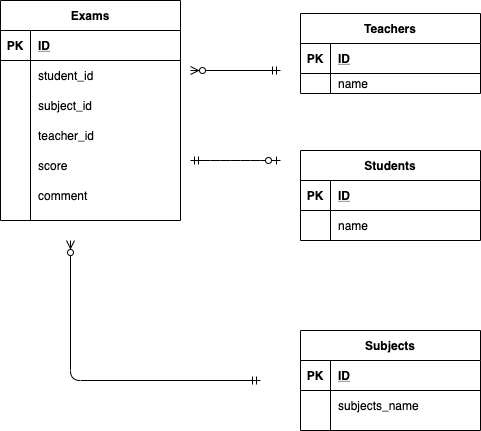
Above: index.drawio.png in nakamura-jin/diagram (draw.io), before the change. Source tidied: cells renumbered, new cells last; positions are measured from the earlier drawing's top-left corner, leaving out a move shared by most shapes.
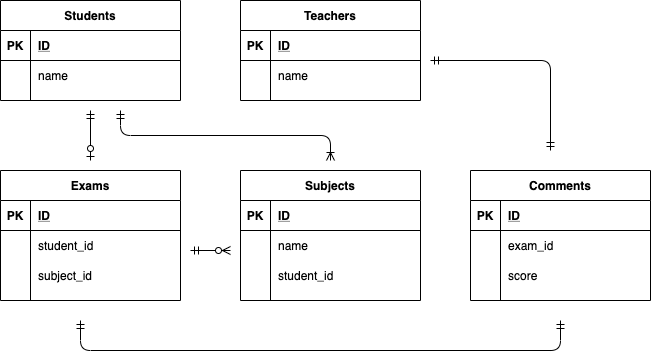
Later version of the same file.

Diff of the diagram source:
```diff
@@ -2,146 +2,173 @@
   <root>
     <mxCell id="0" />
     <mxCell id="1" parent="0" />
-    <mxCell id="2" value="Students" style="shape=table;startSize=30;rowLines=0;fontStyle=1;align=center;" parent="1" vertex="1">
-      <mxGeometry x="300" y="150" width="180" height="90" as="geometry" />
-    </mxCell>
-    <mxCell id="3" style="shape=partialRectangle;fillColor=none;top=0;left=0;bottom=1;right=0;" parent="2" vertex="1">
-      <mxGeometry y="30" width="180" height="30" as="geometry" />
-    </mxCell>
-    <mxCell id="4" value="PK" style="shape=partialRectangle;fillColor=none;top=0;left=0;bottom=0;right=0;fontStyle=1;overflow=hidden;" parent="3" vertex="1">
-      <mxGeometry width="30" height="30" as="geometry" />
-    </mxCell>
-    <mxCell id="5" value="ID" style="shape=partialRectangle;fillColor=none;top=0;left=0;bottom=0;right=0;align=left;spacingLeft=6;fontStyle=5;overflow=hidden;" parent="3" vertex="1">
-      <mxGeometry x="30" width="150" height="30" as="geometry" />
-    </mxCell>
-    <mxCell id="6" style="shape=partialRectangle;fillColor=none;top=0;left=0;bottom=0;right=0;" parent="2" vertex="1">
-      <mxGeometry y="60" width="180" height="30" as="geometry" />
-    </mxCell>
-    <mxCell id="7" style="shape=partialRectangle;fillColor=none;top=0;left=0;bottom=0;right=0;overflow=hidden;" parent="6" vertex="1">
-      <mxGeometry width="30" height="30" as="geometry" />
-    </mxCell>
-    <mxCell id="8" value="name" style="shape=partialRectangle;fillColor=none;top=0;left=0;bottom=0;right=0;align=left;spacingLeft=6;overflow=hidden;" parent="6" vertex="1">
-      <mxGeometry x="30" width="150" height="30" as="geometry" />
-    </mxCell>
+    <mxCell id="44" value="Students" style="shape=table;startSize=30;rowLines=0;fontStyle=1;align=center;" parent="1" vertex="1">
+      <mxGeometry x="-20" y="20" width="180" height="100" as="geometry" />
+    </mxCell>
+    <mxCell id="45" style="shape=partialRectangle;fillColor=none;top=0;left=0;bottom=1;right=0;" parent="44" vertex="1">
+      <mxGeometry y="30" width="180" height="30" as="geometry" />
+    </mxCell>
+    <mxCell id="46" value="PK" style="shape=partialRectangle;fillColor=none;top=0;left=0;bottom=0;right=0;fontStyle=1;overflow=hidden;" parent="45" vertex="1">
+      <mxGeometry width="30" height="30" as="geometry" />
+    </mxCell>
+    <mxCell id="47" value="ID" style="shape=partialRectangle;fillColor=none;top=0;left=0;bottom=0;right=0;align=left;spacingLeft=6;fontStyle=5;overflow=hidden;" parent="45" vertex="1">
+      <mxGeometry x="30" width="150" height="30" as="geometry" />
+    </mxCell>
+    <mxCell id="48" style="shape=partialRectangle;fillColor=none;top=0;left=0;bottom=0;right=0;" parent="44" vertex="1">
+      <mxGeometry y="60" width="180" height="30" as="geometry" />
+    </mxCell>
+    <mxCell id="49" style="shape=partialRectangle;fillColor=none;top=0;left=0;bottom=0;right=0;overflow=hidden;" parent="48" vertex="1">
+      <mxGeometry width="30" height="30" as="geometry" />
+    </mxCell>
+    <mxCell id="50" value="name" style="shape=partialRectangle;fillColor=none;top=0;left=0;bottom=0;right=0;align=left;spacingLeft=6;overflow=hidden;" parent="48" vertex="1">
+      <mxGeometry x="30" width="150" height="30" as="geometry" />
+    </mxCell>
     <mxCell id="9" value="Teachers" style="shape=table;startSize=30;rowLines=0;fontStyle=1;align=center;" parent="1" vertex="1">
-      <mxGeometry x="300" y="13" width="180" height="80" as="geometry" />
+      <mxGeometry x="220" y="20" width="180" height="100" as="geometry" />
     </mxCell>
-    <mxCell id="10" style="shape=partialRectangle;fillColor=none;top=0;left=0;bottom=1;right=0;" parent="9" vertex="1">
-      <mxGeometry y="30" width="180" height="30" as="geometry" />
-    </mxCell>
-    <mxCell id="11" value="PK" style="shape=partialRectangle;fillColor=none;top=0;left=0;bottom=0;right=0;fontStyle=1;overflow=hidden;" parent="10" vertex="1">
-      <mxGeometry width="30" height="30" as="geometry" />
-    </mxCell>
-    <mxCell id="12" value="ID" style="shape=partialRectangle;fillColor=none;top=0;left=0;bottom=0;right=0;align=left;spacingLeft=6;fontStyle=5;overflow=hidden;" parent="10" vertex="1">
-      <mxGeometry x="30" width="150" height="30" as="geometry" />
-    </mxCell>
-    <mxCell id="13" style="shape=partialRectangle;fillColor=none;top=0;left=0;bottom=0;right=0;" parent="9" vertex="1">
-      <mxGeometry y="60" width="180" height="20" as="geometry" />
-    </mxCell>
-    <mxCell id="14" style="shape=partialRectangle;fillColor=none;top=0;left=0;bottom=0;right=0;overflow=hidden;" parent="13" vertex="1">
-      <mxGeometry width="30" height="20" as="geometry" />
-    </mxCell>
-    <mxCell id="15" value="name" style="shape=partialRectangle;fillColor=none;top=0;left=0;bottom=0;right=0;align=left;spacingLeft=6;overflow=hidden;" parent="13" vertex="1">
-      <mxGeometry x="30" width="150" height="20" as="geometry" />
-    </mxCell>
+    <mxCell id="51" style="shape=partialRectangle;fillColor=none;top=0;left=0;bottom=1;right=0;" parent="9" vertex="1">
+      <mxGeometry y="30" width="180" height="30" as="geometry" />
+    </mxCell>
+    <mxCell id="52" value="PK" style="shape=partialRectangle;fillColor=none;top=0;left=0;bottom=0;right=0;fontStyle=1;overflow=hidden;" parent="51" vertex="1">
+      <mxGeometry width="30" height="30" as="geometry" />
+    </mxCell>
+    <mxCell id="53" value="ID" style="shape=partialRectangle;fillColor=none;top=0;left=0;bottom=0;right=0;align=left;spacingLeft=6;fontStyle=5;overflow=hidden;" parent="51" vertex="1">
+      <mxGeometry x="30" width="150" height="30" as="geometry" />
+    </mxCell>
+    <mxCell id="54" style="shape=partialRectangle;fillColor=none;top=0;left=0;bottom=0;right=0;" parent="9" vertex="1">
+      <mxGeometry y="60" width="180" height="30" as="geometry" />
+    </mxCell>
+    <mxCell id="55" style="shape=partialRectangle;fillColor=none;top=0;left=0;bottom=0;right=0;overflow=hidden;" parent="54" vertex="1">
+      <mxGeometry width="30" height="30" as="geometry" />
+    </mxCell>
+    <mxCell id="56" value="name" style="shape=partialRectangle;fillColor=none;top=0;left=0;bottom=0;right=0;align=left;spacingLeft=6;overflow=hidden;" parent="54" vertex="1">
+      <mxGeometry x="30" width="150" height="30" as="geometry" />
+    </mxCell>
+    <mxCell id="23" value="Exams" style="shape=table;startSize=30;rowLines=0;fontStyle=1;align=center;" parent="1" vertex="1">
+      <mxGeometry x="-20" y="190" width="180" height="130" as="geometry" />
+    </mxCell>
+    <mxCell id="57" style="shape=partialRectangle;fillColor=none;top=0;left=0;bottom=1;right=0;" parent="23" vertex="1">
+      <mxGeometry y="30" width="180" height="30" as="geometry" />
+    </mxCell>
+    <mxCell id="58" value="PK" style="shape=partialRectangle;fillColor=none;top=0;left=0;bottom=0;right=0;fontStyle=1;overflow=hidden;" parent="57" vertex="1">
+      <mxGeometry width="30" height="30" as="geometry" />
+    </mxCell>
+    <mxCell id="59" value="ID" style="shape=partialRectangle;fillColor=none;top=0;left=0;bottom=0;right=0;align=left;spacingLeft=6;fontStyle=5;overflow=hidden;" parent="57" vertex="1">
+      <mxGeometry x="30" width="150" height="30" as="geometry" />
+    </mxCell>
+    <mxCell id="60" style="shape=partialRectangle;fillColor=none;top=0;left=0;bottom=0;right=0;" parent="23" vertex="1">
+      <mxGeometry y="60" width="180" height="30" as="geometry" />
+    </mxCell>
+    <mxCell id="61" style="shape=partialRectangle;fillColor=none;top=0;left=0;bottom=0;right=0;overflow=hidden;" parent="60" vertex="1">
+      <mxGeometry width="30" height="30" as="geometry" />
+    </mxCell>
+    <mxCell id="62" value="student_id" style="shape=partialRectangle;fillColor=none;top=0;left=0;bottom=0;right=0;align=left;spacingLeft=6;overflow=hidden;" parent="60" vertex="1">
+      <mxGeometry x="30" width="150" height="30" as="geometry" />
+    </mxCell>
+    <mxCell id="63" style="shape=partialRectangle;fillColor=none;top=0;left=0;bottom=0;right=0;" parent="23" vertex="1">
+      <mxGeometry y="90" width="180" height="30" as="geometry" />
+    </mxCell>
+    <mxCell id="64" style="shape=partialRectangle;fillColor=none;top=0;left=0;bottom=0;right=0;overflow=hidden;" parent="63" vertex="1">
+      <mxGeometry width="30" height="30" as="geometry" />
+    </mxCell>
+    <mxCell id="32" value="subject_id" style="shape=partialRectangle;fillColor=none;top=0;left=0;bottom=0;right=0;align=left;spacingLeft=6;overflow=hidden;" parent="63" vertex="1">
+      <mxGeometry x="30" width="150" height="30" as="geometry" />
+    </mxCell>
     <mxCell id="16" value="Subjects" style="shape=table;startSize=30;rowLines=0;fontStyle=1;align=center;" parent="1" vertex="1">
-      <mxGeometry x="300" y="330" width="180" height="100" as="geometry" />
+      <mxGeometry x="220" y="190" width="180" height="130" as="geometry" />
     </mxCell>
-    <mxCell id="17" style="shape=partialRectangle;fillColor=none;top=0;left=0;bottom=1;right=0;" parent="16" vertex="1">
-      <mxGeometry y="30" width="180" height="30" as="geometry" />
-    </mxCell>
-    <mxCell id="18" value="PK" style="shape=partialRectangle;fillColor=none;top=0;left=0;bottom=0;right=0;fontStyle=1;overflow=hidden;" parent="17" vertex="1">
-      <mxGeometry width="30" height="30" as="geometry" />
-    </mxCell>
-    <mxCell id="19" value="ID" style="shape=partialRectangle;fillColor=none;top=0;left=0;bottom=0;right=0;align=left;spacingLeft=6;fontStyle=5;overflow=hidden;" parent="17" vertex="1">
-      <mxGeometry x="30" width="150" height="30" as="geometry" />
-    </mxCell>
-    <mxCell id="20" style="shape=partialRectangle;fillColor=none;top=0;left=0;bottom=0;right=0;" parent="16" vertex="1">
-      <mxGeometry y="60" width="180" height="30" as="geometry" />
-    </mxCell>
-    <mxCell id="21" style="shape=partialRectangle;fillColor=none;top=0;left=0;bottom=0;right=0;overflow=hidden;" parent="20" vertex="1">
-      <mxGeometry width="30" height="30" as="geometry" />
-    </mxCell>
-    <mxCell id="22" value="subjects_name" style="shape=partialRectangle;fillColor=none;top=0;left=0;bottom=0;right=0;align=left;spacingLeft=6;overflow=hidden;" parent="20" vertex="1">
-      <mxGeometry x="30" width="150" height="30" as="geometry" />
-    </mxCell>
-    <mxCell id="23" value="Exams" style="shape=table;startSize=30;rowLines=0;fontStyle=1;align=center;" parent="1" vertex="1">
-      <mxGeometry width="180" height="220" as="geometry" />
-    </mxCell>
-    <mxCell id="24" style="shape=partialRectangle;fillColor=none;top=0;left=0;bottom=1;right=0;" parent="23" vertex="1">
-      <mxGeometry y="30" width="180" height="30" as="geometry" />
-    </mxCell>
-    <mxCell id="25" value="PK" style="shape=partialRectangle;fillColor=none;top=0;left=0;bottom=0;right=0;fontStyle=1;overflow=hidden;" parent="24" vertex="1">
-      <mxGeometry width="30" height="30" as="geometry" />
-    </mxCell>
-    <mxCell id="26" value="ID" style="shape=partialRectangle;fillColor=none;top=0;left=0;bottom=0;right=0;align=left;spacingLeft=6;fontStyle=5;overflow=hidden;" parent="24" vertex="1">
-      <mxGeometry x="30" width="150" height="30" as="geometry" />
-    </mxCell>
-    <mxCell id="27" style="shape=partialRectangle;fillColor=none;top=0;left=0;bottom=0;right=0;" parent="23" vertex="1">
-      <mxGeometry y="60" width="180" height="30" as="geometry" />
-    </mxCell>
-    <mxCell id="28" style="shape=partialRectangle;fillColor=none;top=0;left=0;bottom=0;right=0;overflow=hidden;" parent="27" vertex="1">
-      <mxGeometry width="30" height="30" as="geometry" />
-    </mxCell>
-    <mxCell id="29" value="student_id" style="shape=partialRectangle;fillColor=none;top=0;left=0;bottom=0;right=0;align=left;spacingLeft=6;overflow=hidden;" parent="27" vertex="1">
-      <mxGeometry x="30" width="150" height="30" as="geometry" />
-    </mxCell>
-    <mxCell id="30" style="shape=partialRectangle;fillColor=none;top=0;left=0;bottom=0;right=0;" parent="23" vertex="1">
-      <mxGeometry y="90" width="180" height="30" as="geometry" />
-    </mxCell>
-    <mxCell id="31" style="shape=partialRectangle;fillColor=none;top=0;left=0;bottom=0;right=0;overflow=hidden;" parent="30" vertex="1">
-      <mxGeometry width="30" height="30" as="geometry" />
-    </mxCell>
-    <mxCell id="32" value="subject_id" style="shape=partialRectangle;fillColor=none;top=0;left=0;bottom=0;right=0;align=left;spacingLeft=6;overflow=hidden;" parent="30" vertex="1">
-      <mxGeometry x="30" width="150" height="30" as="geometry" />
-    </mxCell>
-    <mxCell id="33" style="shape=partialRectangle;fillColor=none;top=0;left=0;bottom=0;right=0;" parent="23" vertex="1">
-      <mxGeometry y="120" width="180" height="30" as="geometry" />
-    </mxCell>
-    <mxCell id="34" style="shape=partialRectangle;fillColor=none;top=0;left=0;bottom=0;right=0;overflow=hidden;" parent="33" vertex="1">
-      <mxGeometry width="30" height="30" as="geometry" />
-    </mxCell>
-    <mxCell id="35" value="teacher_id" style="shape=partialRectangle;fillColor=none;top=0;left=0;bottom=0;right=0;align=left;spacingLeft=6;overflow=hidden;" parent="33" vertex="1">
-      <mxGeometry x="30" width="150" height="30" as="geometry" />
-    </mxCell>
-    <mxCell id="36" style="shape=partialRectangle;fillColor=none;top=0;left=0;bottom=0;right=0;" parent="23" vertex="1">
-      <mxGeometry y="150" width="180" height="30" as="geometry" />
-    </mxCell>
-    <mxCell id="37" style="shape=partialRectangle;fillColor=none;top=0;left=0;bottom=0;right=0;overflow=hidden;" parent="36" vertex="1">
-      <mxGeometry width="30" height="30" as="geometry" />
-    </mxCell>
+    <mxCell id="65" style="shape=partialRectangle;fillColor=none;top=0;left=0;bottom=1;right=0;" parent="16" vertex="1">
+      <mxGeometry y="30" width="180" height="30" as="geometry" />
+    </mxCell>
+    <mxCell id="66" value="PK" style="shape=partialRectangle;fillColor=none;top=0;left=0;bottom=0;right=0;fontStyle=1;overflow=hidden;" parent="65" vertex="1">
+      <mxGeometry width="30" height="30" as="geometry" />
+    </mxCell>
+    <mxCell id="67" value="ID" style="shape=partialRectangle;fillColor=none;top=0;left=0;bottom=0;right=0;align=left;spacingLeft=6;fontStyle=5;overflow=hidden;" parent="65" vertex="1">
+      <mxGeometry x="30" width="150" height="30" as="geometry" />
+    </mxCell>
+    <mxCell id="68" style="shape=partialRectangle;fillColor=none;top=0;left=0;bottom=0;right=0;" parent="16" vertex="1">
+      <mxGeometry y="60" width="180" height="30" as="geometry" />
+    </mxCell>
+    <mxCell id="69" style="shape=partialRectangle;fillColor=none;top=0;left=0;bottom=0;right=0;overflow=hidden;" parent="68" vertex="1">
+      <mxGeometry width="30" height="30" as="geometry" />
+    </mxCell>
+    <mxCell id="70" value="name" style="shape=partialRectangle;fillColor=none;top=0;left=0;bottom=0;right=0;align=left;spacingLeft=6;overflow=hidden;" parent="68" vertex="1">
+      <mxGeometry x="30" width="150" height="30" as="geometry" />
+    </mxCell>
+    <mxCell id="71" style="shape=partialRectangle;fillColor=none;top=0;left=0;bottom=0;right=0;" parent="16" vertex="1">
+      <mxGeometry y="90" width="180" height="30" as="geometry" />
+    </mxCell>
+    <mxCell id="72" style="shape=partialRectangle;fillColor=none;top=0;left=0;bottom=0;right=0;overflow=hidden;" parent="71" vertex="1">
+      <mxGeometry width="30" height="30" as="geometry" />
+    </mxCell>
+    <mxCell id="73" value="student_id" style="shape=partialRectangle;fillColor=none;top=0;left=0;bottom=0;right=0;align=left;spacingLeft=6;overflow=hidden;" parent="71" vertex="1">
+      <mxGeometry x="30" width="150" height="30" as="geometry" />
+    </mxCell>
+    <mxCell id="74" value="Comments" style="shape=table;startSize=30;rowLines=0;fontStyle=1;align=center;" parent="1" vertex="1">
+      <mxGeometry x="450" y="190" width="180" height="130" as="geometry" />
+    </mxCell>
+    <mxCell id="75" style="shape=partialRectangle;fillColor=none;top=0;left=0;bottom=1;right=0;" parent="74" vertex="1">
+      <mxGeometry y="30" width="180" height="30" as="geometry" />
+    </mxCell>
+    <mxCell id="76" value="PK" style="shape=partialRectangle;fillColor=none;top=0;left=0;bottom=0;right=0;fontStyle=1;overflow=hidden;" parent="75" vertex="1">
+      <mxGeometry width="30" height="30" as="geometry" />
+    </mxCell>
+    <mxCell id="77" value="ID" style="shape=partialRectangle;fillColor=none;top=0;left=0;bottom=0;right=0;align=left;spacingLeft=6;fontStyle=5;overflow=hidden;" parent="75" vertex="1">
+      <mxGeometry x="30" width="150" height="30" as="geometry" />
+    </mxCell>
+    <mxCell id="78" style="shape=partialRectangle;fillColor=none;top=0;left=0;bottom=0;right=0;" parent="74" vertex="1">
+      <mxGeometry y="60" width="180" height="30" as="geometry" />
+    </mxCell>
+    <mxCell id="79" style="shape=partialRectangle;fillColor=none;top=0;left=0;bottom=0;right=0;overflow=hidden;" parent="78" vertex="1">
+      <mxGeometry width="30" height="30" as="geometry" />
+    </mxCell>
+    <mxCell id="80" value="exam_id" style="shape=partialRectangle;fillColor=none;top=0;left=0;bottom=0;right=0;align=left;spacingLeft=6;overflow=hidden;" parent="78" vertex="1">
+      <mxGeometry x="30" width="150" height="30" as="geometry" />
+    </mxCell>
+    <mxCell id="81" style="shape=partialRectangle;fillColor=none;top=0;left=0;bottom=0;right=0;" parent="74" vertex="1">
+      <mxGeometry y="90" width="180" height="30" as="geometry" />
+    </mxCell>
+    <mxCell id="82" style="shape=partialRectangle;fillColor=none;top=0;left=0;bottom=0;right=0;overflow=hidden;" parent="81" vertex="1">
+      <mxGeometry width="30" height="30" as="geometry" />
+    </mxCell>
-    <mxCell id="38" value="score" style="shape=partialRectangle;fillColor=none;top=0;left=0;bottom=0;right=0;align=left;spacingLeft=6;overflow=hidden;" parent="36" vertex="1">
+    <mxCell id="38" value="score" style="shape=partialRectangle;fillColor=none;top=0;left=0;bottom=0;right=0;align=left;spacingLeft=6;overflow=hidden;" parent="81" vertex="1">
       <mxGeometry x="30" width="150" height="30" as="geometry" />
     </mxCell>
-    <mxCell id="39" style="shape=partialRectangle;fillColor=none;top=0;left=0;bottom=0;right=0;" parent="23" vertex="1">
-      <mxGeometry y="180" width="180" height="30" as="geometry" />
-    </mxCell>
-    <mxCell id="40" style="shape=partialRectangle;fillColor=none;top=0;left=0;bottom=0;right=0;overflow=hidden;" parent="39" vertex="1">
-      <mxGeometry width="30" height="30" as="geometry" />
-    </mxCell>
-    <mxCell id="41" value="comment" style="shape=partialRectangle;fillColor=none;top=0;left=0;bottom=0;right=0;align=left;spacingLeft=6;overflow=hidden;" parent="39" vertex="1">
-      <mxGeometry x="30" width="150" height="30" as="geometry" />
-    </mxCell>
-    <mxCell id="42" style="edgeStyle=entityRelationEdgeStyle;fontSize=12;html=1;endArrow=ERzeroToOne;startArrow=ERmandOne;" parent="1" edge="1">
-      <mxGeometry relative="1" as="geometry">
-        <mxPoint x="190" y="160" as="sourcePoint" />
-        <mxPoint x="280" y="160" as="targetPoint" />
-      </mxGeometry>
-    </mxCell>
-    <mxCell id="43" style="fontSize=12;html=1;endArrow=ERzeroToMany;startArrow=ERmandOne;" parent="1" edge="1">
-      <mxGeometry relative="1" as="geometry">
-        <mxPoint x="280" y="70" as="sourcePoint" />
-        <mxPoint x="190" y="70" as="targetPoint" />
-      </mxGeometry>
-    </mxCell>
-    <mxCell id="44" style="fontSize=12;html=1;endArrow=ERzeroToMany;startArrow=ERmandOne;" parent="1" edge="1">
-      <mxGeometry relative="1" as="geometry">
-        <mxPoint x="260" y="380" as="sourcePoint" />
-        <mxPoint x="70" y="240" as="targetPoint" />
-        <Array as="points">
-          <mxPoint x="70" y="380" />
-        </Array>
-      </mxGeometry>
-    </mxCell>
+    <mxCell id="83" style="fontSize=12;html=1;endArrow=ERzeroToOne;startArrow=ERmandOne;" parent="1" edge="1">
+      <mxGeometry relative="1" as="geometry">
+        <mxPoint x="70" y="130" as="sourcePoint" />
+        <mxPoint x="70" y="180" as="targetPoint" />
+      </mxGeometry>
+    </mxCell>
+    <mxCell id="84" style="edgeStyle=entityRelationEdgeStyle;fontSize=12;html=1;endArrow=ERzeroToMany;startArrow=ERmandOne;" parent="1" edge="1">
+      <mxGeometry relative="1" as="geometry">
+        <mxPoint x="170" y="270" as="sourcePoint" />
+        <mxPoint x="210" y="270" as="targetPoint" />
+      </mxGeometry>
+    </mxCell>
+    <mxCell id="85" style="edgeStyle=elbowEdgeStyle;fontSize=12;html=1;endArrow=ERoneToMany;startArrow=ERmandOne;elbow=vertical;" parent="1" edge="1">
+      <mxGeometry relative="1" as="geometry">
+        <mxPoint x="100" y="130" as="sourcePoint" />
+        <mxPoint x="310" y="180" as="targetPoint" />
+      </mxGeometry>
+    </mxCell>
+    <mxCell id="86" style="edgeStyle=elbowEdgeStyle;fontSize=12;html=1;endArrow=ERmandOne;startArrow=ERmandOne;elbow=vertical;" parent="1" edge="1">
+      <mxGeometry relative="1" as="geometry">
+        <mxPoint x="60" y="340" as="sourcePoint" />
+        <mxPoint x="540" y="340" as="targetPoint" />
+        <Array as="points">
+          <mxPoint x="300" y="370" />
+        </Array>
+      </mxGeometry>
+    </mxCell>
+    <mxCell id="87" style="edgeStyle=elbowEdgeStyle;fontSize=12;html=1;endArrow=ERmandOne;startArrow=ERmandOne;" parent="1" edge="1">
+      <mxGeometry relative="1" as="geometry">
+        <mxPoint x="410" y="80" as="sourcePoint" />
+        <mxPoint x="530" y="170" as="targetPoint" />
+        <Array as="points">
+          <mxPoint x="530" y="90" />
+        </Array>
+      </mxGeometry>
+    </mxCell>
   </root>
 </mxGraphModel>
```
